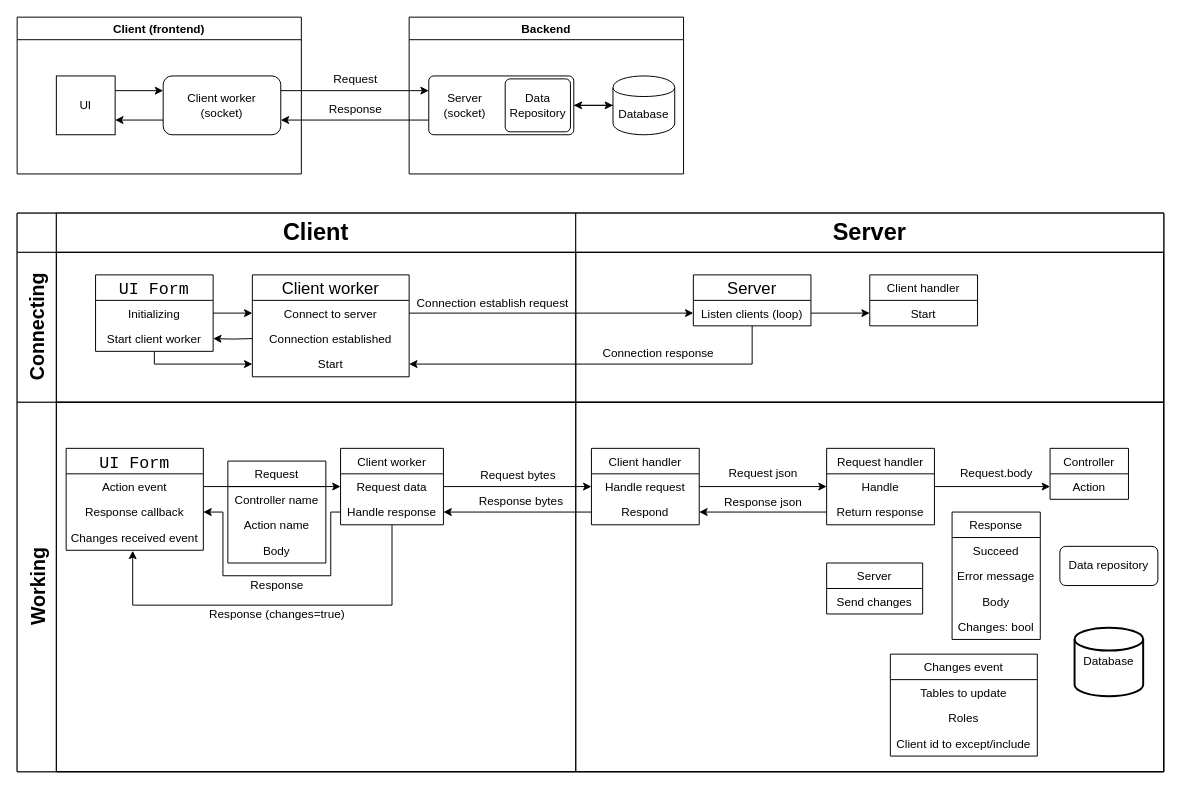
This is page "Client-Server" (1 of 2) of src/client-server-schema.drawio from Kamikoto-sama/NetBookShop, a draw.io file, before an edit. Source tidied: cells renumbered, new cells numbered last; positions are measured from the earlier drawing's top-left corner, leaving out a move shared by most shapes. Both pictures are drawn from the tidied source at 98%, with x=0, y=0 at pixel (17, 17).
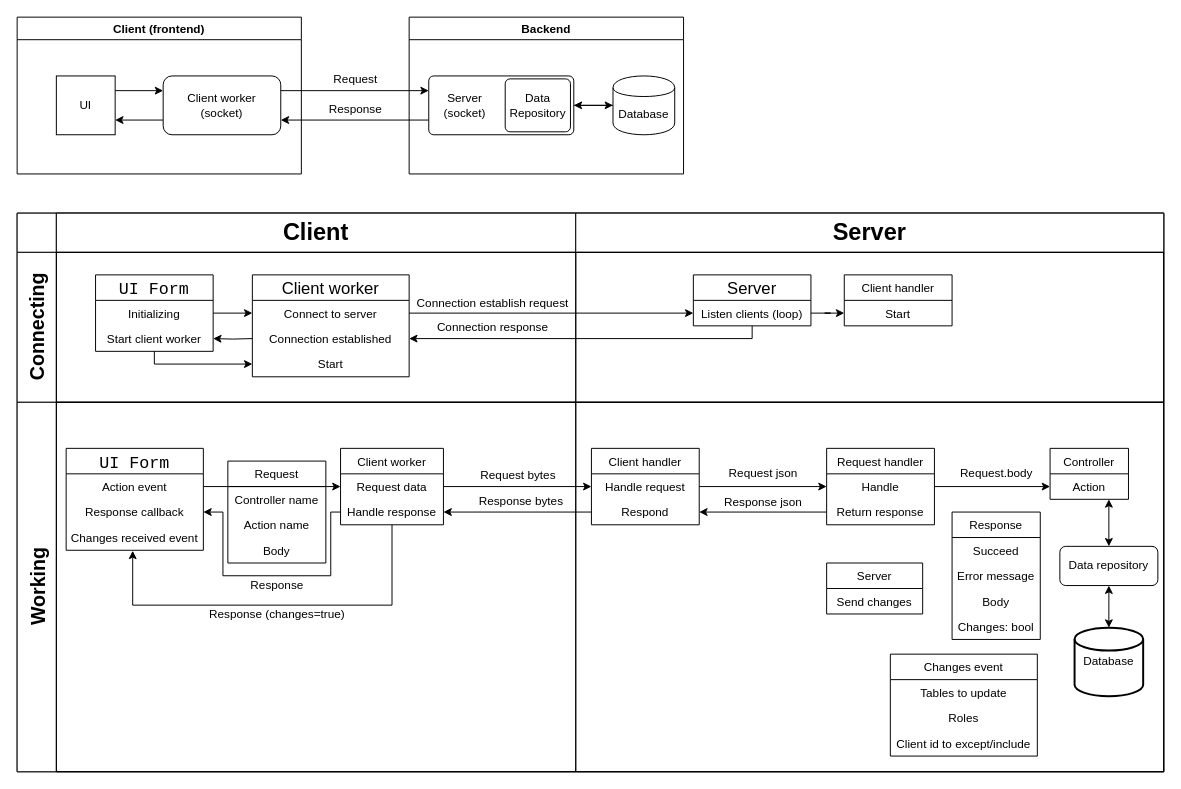
The same page after the edit.

The change refers to these unchanged cells:
```xml
<mxCell id="22" value="Connecting" style="swimlane;html=1;whiteSpace=wrap;horizontal=0;startSize=40;fontSize=20;" parent="18" vertex="1">
  <mxGeometry y="40" width="1170" height="153" as="geometry" />
</mxCell>
<mxCell id="23" style="swimlane;html=1;whiteSpace=wrap;startSize=0;" parent="22" vertex="1">
  <mxGeometry x="40" width="530" height="153" as="geometry" />
</mxCell>
<mxCell id="28" value="Server" style="swimlane;fontStyle=0;horizontal=1;startSize=26;fillColor=none;fontSize=17;align=center;" parent="23" vertex="1">
  <mxGeometry x="650" y="23" width="120" height="52" as="geometry" />
</mxCell>
<mxCell id="29" value="Listen clients (loop)" style="text;strokeColor=none;fillColor=none;align=center;verticalAlign=top;spacingLeft=4;spacingRight=4;overflow=hidden;points=[[0,0.5],[1,0.5]];portConstraint=eastwest;" parent="28" vertex="1">
  <mxGeometry y="26" width="120" height="26" as="geometry" />
</mxCell>
<mxCell id="36" value="Client worker" style="swimlane;fontStyle=0;horizontal=1;startSize=26;fillColor=none;fontSize=17;align=center;" parent="23" vertex="1">
  <mxGeometry x="200" y="23" width="160" height="104" as="geometry" />
</mxCell>
<mxCell id="38" value="Connection established" style="text;strokeColor=none;fillColor=none;align=center;verticalAlign=top;spacingLeft=4;spacingRight=4;overflow=hidden;points=[[0,0.5],[1,0.5]];portConstraint=eastwest;" parent="36" vertex="1">
  <mxGeometry y="52" width="160" height="26" as="geometry" />
</mxCell>
<mxCell id="39" value="Start" style="text;strokeColor=none;fillColor=none;align=center;verticalAlign=top;spacingLeft=4;spacingRight=4;overflow=hidden;points=[[0,0.5],[1,0.5]];portConstraint=eastwest;" parent="36" vertex="1">
  <mxGeometry y="78" width="160" height="26" as="geometry" />
</mxCell>
<mxCell id="40" value="UI Form" style="swimlane;fontStyle=0;horizontal=1;startSize=26;fillColor=none;fontFamily=consolas;fontSize=17;" parent="23" vertex="1">
  <mxGeometry x="40" y="23" width="120" height="78" as="geometry" />
</mxCell>
<mxCell id="43" style="swimlane;html=1;whiteSpace=wrap;startSize=0;" parent="22" vertex="1">
  <mxGeometry x="570" width="600" height="153" as="geometry" />
</mxCell>
<mxCell id="64" style="swimlane;html=1;whiteSpace=wrap;startSize=0;" parent="44" vertex="1">
  <mxGeometry x="570" width="600" height="377" as="geometry" />
</mxCell>
<mxCell id="84" value="Controller" style="swimlane;fontStyle=0;horizontal=1;startSize=26;fillColor=none;fontFamily=Helvetica;fontSize=12;align=center;" parent="64" vertex="1">
  <mxGeometry x="484" y="47" width="80" height="52" as="geometry" />
</mxCell>
```

What changed in the source:
```diff
@@
-    <mxCell id="27" style="edgeStyle=orthogonalEdgeStyle;rounded=0;jettySize=auto;html=1;entryX=0;entryY=0.5;entryDx=0;entryDy=0;fontFamily=Helvetica;fontSize=12;" parent="23" edge="1" source="29" target="31">
-      <mxGeometry relative="1" as="geometry" />
-    </mxCell>
+    <mxCell id="101" style="edgeStyle=orthogonalEdgeStyle;rounded=0;jettySize=auto;html=1;entryX=1;entryY=0.5;entryDx=0;entryDy=0;" parent="23" edge="1" source="28" target="38">
+      <mxGeometry relative="1" as="geometry">
+        <Array as="points">
+          <mxPoint x="710" y="88" />
+        </Array>
+      </mxGeometry>
+    </mxCell>
@@
-    <mxCell id="30" value="Client handler" style="swimlane;fontStyle=0;horizontal=1;startSize=26;fillColor=none;fontFamily=Helvetica;fontSize=12;align=center;" parent="23" vertex="1">
-      <mxGeometry x="830" y="23" width="110" height="52" as="geometry" />
-    </mxCell>
-    <mxCell id="31" value="Start" style="text;strokeColor=none;fillColor=none;align=center;verticalAlign=top;spacingLeft=4;spacingRight=4;overflow=hidden;points=[[0,0.5],[1,0.5]];portConstraint=eastwest;" parent="30" vertex="1">
-      <mxGeometry y="26" width="110" height="26" as="geometry" />
-    </mxCell>
@@
-    <mxCell id="33" style="edgeStyle=orthogonalEdgeStyle;rounded=0;jettySize=auto;html=1;entryX=1;entryY=0.5;entryDx=0;entryDy=0;" parent="23" edge="1" source="28" target="39">
-      <mxGeometry relative="1" as="geometry" />
-    </mxCell>
@@
-    <mxCell id="35" value="Connection response" style="text;html=1;align=center;verticalAlign=middle;fontSize=12;fontFamily=Helvetica;" parent="23" vertex="1">
-      <mxGeometry x="549" y="92.5" width="130" height="20" as="geometry" />
-    </mxCell>
@@
-    <mxCell id="37" value="Connect to server" style="text;strokeColor=none;fillColor=none;align=center;verticalAlign=top;spacingLeft=4;spacingRight=4;overflow=hidden;points=[[0,0.5],[1,0.5]];portConstraint=eastwest;" parent="36" vertex="1">
+    <mxCell id="37" value="Connect to server" style="text;align=center;verticalAlign=top;spacingLeft=4;spacingRight=4;overflow=hidden;points=[[0,0.5],[1,0.5]];portConstraint=eastwest;" parent="36" vertex="1">
       <mxGeometry y="26" width="160" height="26" as="geometry" />
     </mxCell>
@@
-    <mxCell id="41" value="Initializing" style="text;strokeColor=none;fillColor=none;align=center;verticalAlign=top;spacingLeft=4;spacingRight=4;overflow=hidden;points=[[0,0.5],[1,0.5]];portConstraint=eastwest;fontFamily=Helvetica;fontStyle=0;fontSize=12;" parent="40" vertex="1">
+    <mxCell id="41" value="Initializing" style="text;align=center;verticalAlign=top;spacingLeft=4;spacingRight=4;overflow=hidden;points=[[0,0.5],[1,0.5]];portConstraint=eastwest;fontFamily=Helvetica;fontStyle=0;fontSize=12;" parent="40" vertex="1">
       <mxGeometry y="26" width="120" height="26" as="geometry" />
     </mxCell>
@@
+    <mxCell id="35" value="Connection response" style="text;html=1;align=center;verticalAlign=middle;fontSize=12;fontFamily=Helvetica;" parent="23" vertex="1">
+      <mxGeometry x="380" y="66.5" width="130" height="20" as="geometry" />
+    </mxCell>
@@
+    <mxCell id="30" value="Client handler" style="swimlane;fontStyle=0;horizontal=1;startSize=26;fillColor=none;fontFamily=Helvetica;fontSize=12;align=center;" parent="43" vertex="1">
+      <mxGeometry x="274" y="23" width="110" height="52" as="geometry" />
+    </mxCell>
+    <mxCell id="31" value="Start" style="text;strokeColor=none;fillColor=none;align=center;verticalAlign=top;spacingLeft=4;spacingRight=4;overflow=hidden;points=[[0,0.5],[1,0.5]];portConstraint=eastwest;" parent="30" vertex="1">
+      <mxGeometry y="26" width="110" height="26" as="geometry" />
+    </mxCell>
+    <mxCell id="27" style="edgeStyle=orthogonalEdgeStyle;rounded=0;jettySize=auto;html=1;entryX=0;entryY=0.5;entryDx=0;entryDy=0;fontFamily=Helvetica;fontSize=12;" parent="22" edge="1" source="29" target="31">
+      <mxGeometry relative="1" as="geometry" />
+    </mxCell>
@@
-    <mxCell id="70" style="edgeStyle=orthogonalEdgeStyle;rounded=0;jettySize=auto;html=1;exitX=0.75;exitY=1;exitDx=0;exitDy=0;entryX=0.5;entryY=0;entryDx=0;entryDy=0;strokeColor=#FFFFFF;fontFamily=Helvetica;fontSize=12;" parent="64" edge="1" source="84" target="86">
+    <mxCell id="70" style="edgeStyle=orthogonalEdgeStyle;rounded=0;jettySize=auto;html=1;exitX=0.75;exitY=1;exitDx=0;exitDy=0;entryX=0.5;entryY=0;entryDx=0;entryDy=0;fontFamily=Helvetica;fontSize=12;startArrow=classic;startFill=1;" parent="64" edge="1" source="84" target="86">
       <mxGeometry relative="1" as="geometry" />
     </mxCell>
@@
-    <mxCell id="74" style="edgeStyle=orthogonalEdgeStyle;rounded=0;jettySize=auto;html=1;fontFamily=Helvetica;fontSize=12;labelPosition=center;verticalLabelPosition=middle;align=center;verticalAlign=middle;textDirection=ltr;horizontal=1;entryX=0.5;entryY=0;entryDx=0;entryDy=0;entryPerimeter=0;strokeColor=#FFFFFF;" parent="64" edge="1" source="86" target="87">
+    <mxCell id="74" style="edgeStyle=orthogonalEdgeStyle;rounded=0;jettySize=auto;html=1;fontFamily=Helvetica;fontSize=12;labelPosition=center;verticalLabelPosition=middle;align=center;verticalAlign=middle;textDirection=ltr;horizontal=1;entryX=0.5;entryY=0;entryDx=0;entryDy=0;entryPerimeter=0;startArrow=classic;startFill=1;" parent="64" edge="1" source="86" target="87">
       <mxGeometry relative="1" as="geometry" />
     </mxCell>
-    <mxCell id="75" style="edgeStyle=orthogonalEdgeStyle;rounded=0;jettySize=auto;html=1;exitX=0.5;exitY=0;exitDx=0;exitDy=0;entryX=0.75;entryY=1;entryDx=0;entryDy=0;strokeColor=#FFFFFF;fontFamily=Helvetica;fontSize=12;" parent="64" edge="1" source="86" target="84">
-      <mxGeometry relative="1" as="geometry" />
-    </mxCell>
-    <mxCell id="76" style="edgeStyle=orthogonalEdgeStyle;rounded=0;jettySize=auto;html=1;entryX=0.5;entryY=1;entryDx=0;entryDy=0;strokeColor=#FFFFFF;fontFamily=Helvetica;fontSize=12;" parent="64" edge="1" source="87" target="86">
-      <mxGeometry relative="1" as="geometry" />
-    </mxCell>
@@
-    <mxCell id="86" value="Data repository" style="rounded=1;whiteSpace=wrap;html=1;shadow=0;glass=0;fillColor=none;fontFamily=Helvetica;fontSize=12;align=center;" parent="64" vertex="1">
+    <mxCell id="86" value="Data repository" style="rounded=1;whiteSpace=wrap;html=1;shadow=0;glass=0;fontFamily=Helvetica;fontSize=12;align=center;" parent="64" vertex="1">
       <mxGeometry x="494" y="147" width="100" height="40" as="geometry" />
     </mxCell>
-    <mxCell id="87" value="Database" style="strokeWidth=2;html=1;shape=mxgraph.flowchart.database;whiteSpace=wrap;shadow=0;glass=0;fillColor=none;fontFamily=Helvetica;fontSize=12;align=center;" parent="64" vertex="1">
+    <mxCell id="87" value="Database" style="strokeWidth=2;html=1;shape=mxgraph.flowchart.database;whiteSpace=wrap;shadow=0;glass=0;fontFamily=Helvetica;fontSize=12;align=center;" parent="64" vertex="1">
       <mxGeometry x="509" y="230" width="70" height="70" as="geometry" />
     </mxCell>
```
